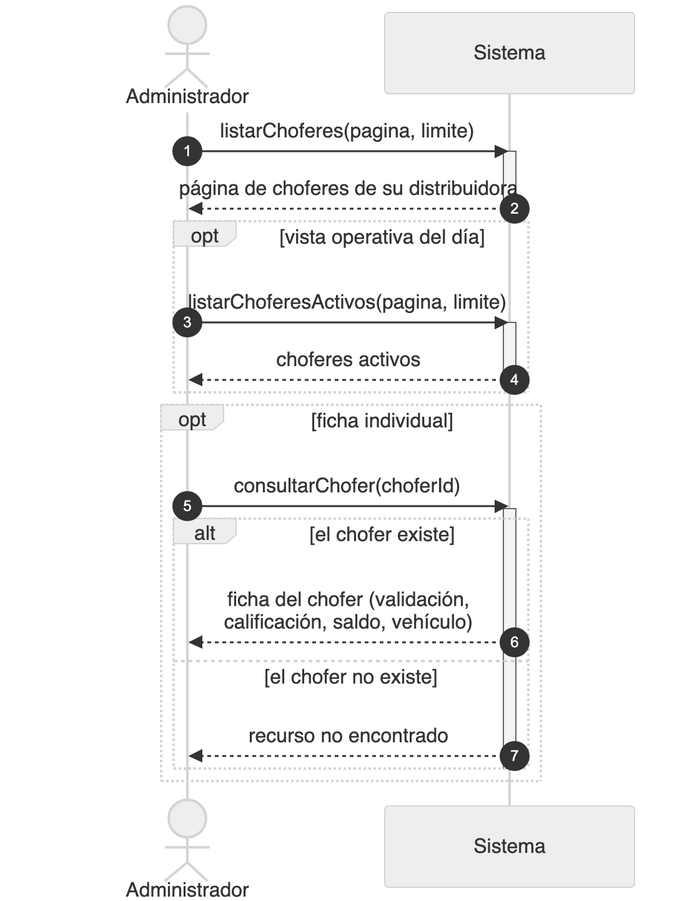
Before: diagramas/png/DSS_CU-035_Consultar-Listado-De-Choferes.png, a diagram exported from Mermaid (Nahuelito-Dev/splg-docs). Its source is kept beside it as diagramas/DSS_CU-035_Consultar-Listado-De-Choferes.mmd. The source it was exported from:
```mermaid
sequenceDiagram
    title DSS — CU-035 Consultar Listado De Choferes
    autonumber
    actor ADM as Administrador
    participant SIS as Sistema

    ADM->>SIS: listarChoferes(pagina, limite)
    activate SIS
    SIS-->>ADM: página de choferes de su distribuidora
    deactivate SIS

    opt vista operativa del día
        ADM->>SIS: listarChoferesActivos(pagina, limite)
        activate SIS
        SIS-->>ADM: choferes activos
        deactivate SIS
    end

    opt ficha individual
        ADM->>SIS: consultarChofer(choferId)
        activate SIS
        alt el chofer existe
            SIS-->>ADM: ficha del chofer (validación, calificación, saldo, vehículo)
        else el chofer no existe
            SIS-->>ADM: recurso no encontrado
        end
        deactivate SIS
    end
```
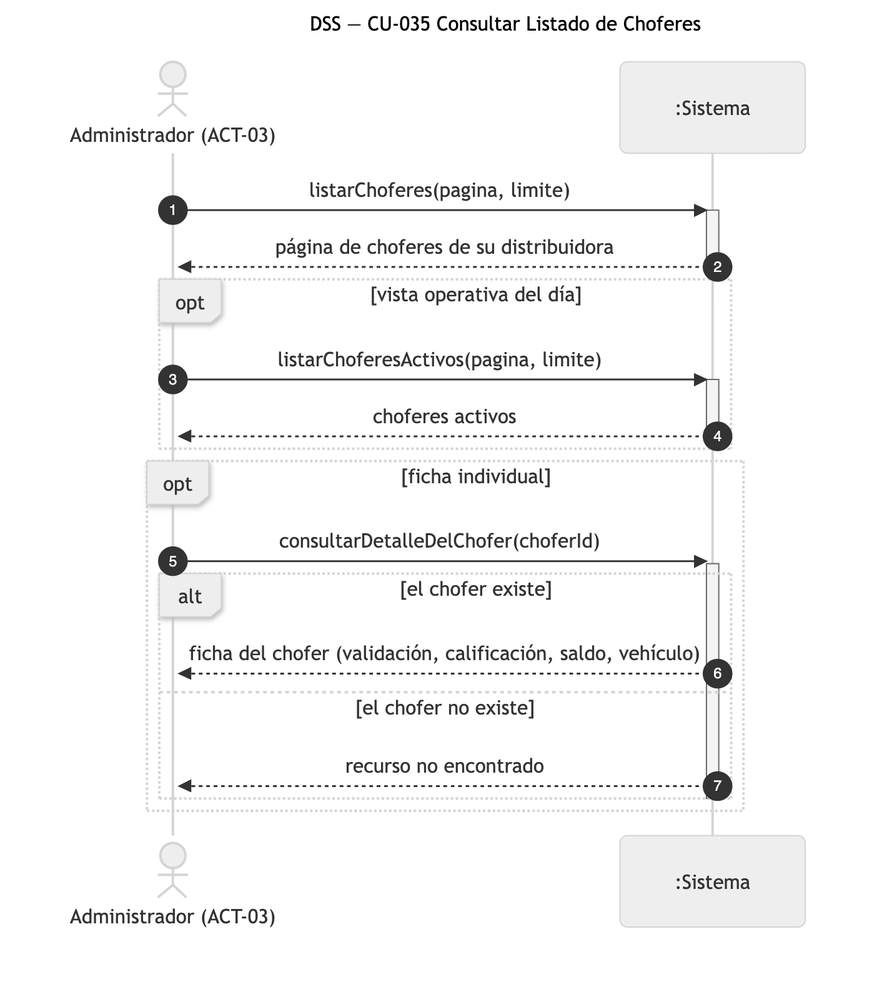
Later version of the same file.

Change to the diagram source:
```diff
@@ -1,8 +1,8 @@
 sequenceDiagram
-    title DSS — CU-035 Consultar Listado De Choferes
+    title DSS — CU-035 Consultar Listado de Choferes
     autonumber
-    actor ADM as Administrador
-    participant SIS as Sistema
+    actor ADM as Administrador (ACT-03)
+    participant SIS as :Sistema
 
     ADM->>SIS: listarChoferes(pagina, limite)
     activate SIS
@@ -17,7 +17,7 @@
     end
 
     opt ficha individual
-        ADM->>SIS: consultarChofer(choferId)
+        ADM->>SIS: consultarDetalleDelChofer(choferId)
         activate SIS
         alt el chofer existe
             SIS-->>ADM: ficha del chofer (validación, calificación, saldo, vehículo)
```
